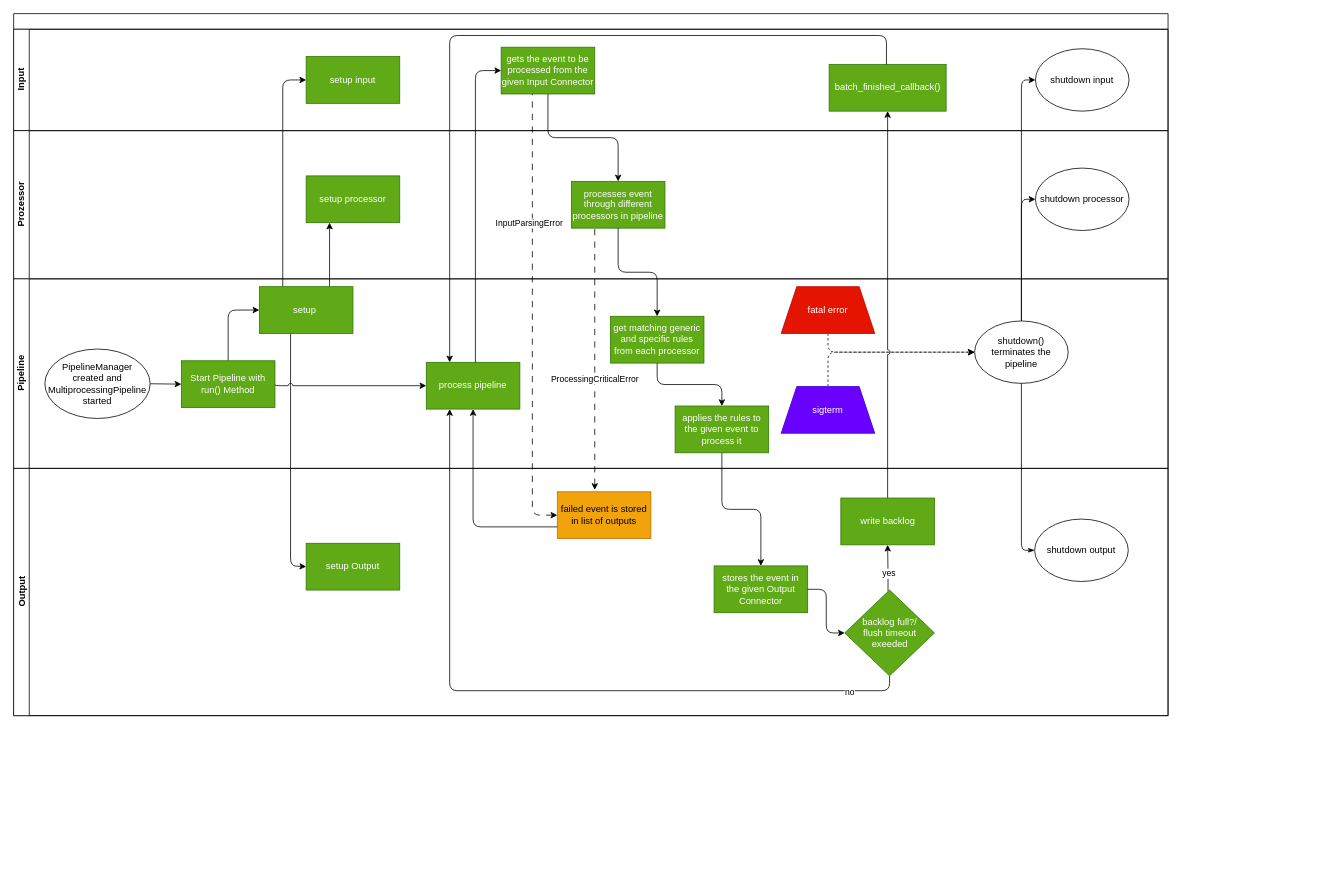
Earlier version of the draw.io diagram doc/source/development/architecture/diagramms/pipeline.drawio (fkie-cad/Logprep). Source tidied: cells renumbered, new cells numbered last; positions are measured from the earlier drawing's top-left corner, leaving out a move shared by most shapes. Both pictures are drawn from the tidied source at 78%, with x=0, y=0 at pixel (13, 13).
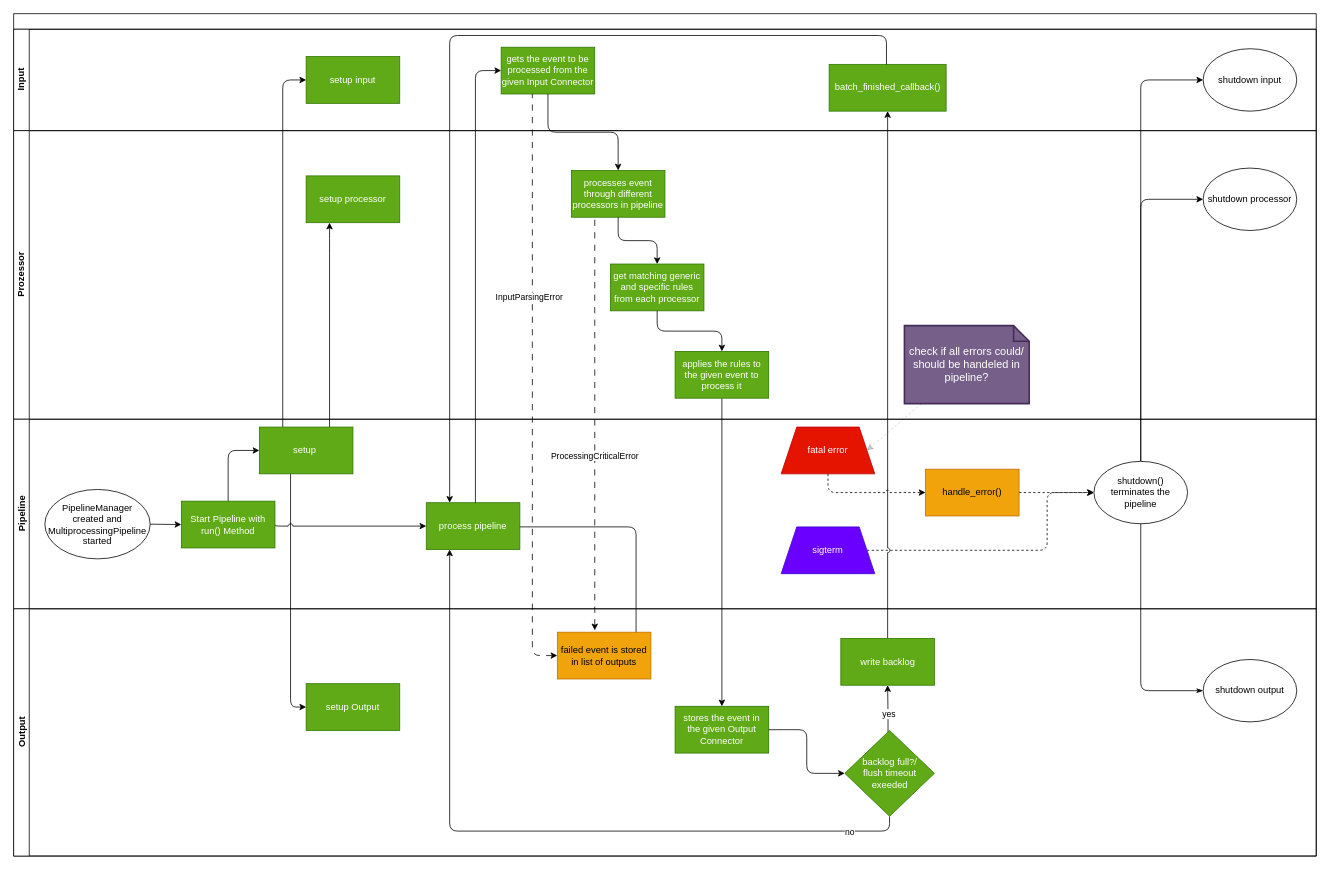
The same diagram, later.

The change refers to these unchanged cells:
```xml
<mxCell id="8" value="gets the event to be processed from the given Input Connector" style="whiteSpace=wrap;html=1;fillColor=#60a917;fontColor=#ffffff;strokeColor=#2D7600;" parent="4" vertex="1">
  <mxGeometry x="625" y="23" width="120" height="60" as="geometry" />
</mxCell>
<mxCell id="31" value="setup&amp;nbsp;" style="whiteSpace=wrap;html=1;fillColor=#60a917;strokeColor=#2D7600;fontColor=#ffffff;rounded=0;" parent="25" vertex="1">
  <mxGeometry x="315" y="10" width="120" height="60" as="geometry" />
</mxCell>
<mxCell id="32" value="process pipeline" style="whiteSpace=wrap;html=1;fillColor=#60a917;strokeColor=#2D7600;fontColor=#ffffff;rounded=0;" parent="25" vertex="1">
  <mxGeometry x="529" y="107" width="120" height="60" as="geometry" />
</mxCell>
<mxCell id="33" value="fatal error" style="shape=trapezoid;perimeter=trapezoidPerimeter;whiteSpace=wrap;html=1;fixedSize=1;fillColor=#e51400;fontColor=#ffffff;strokeColor=#B20000;" parent="25" vertex="1">
  <mxGeometry x="984" y="10" width="120" height="60" as="geometry" />
</mxCell>
<mxCell id="37" value="sigterm" style="shape=trapezoid;perimeter=trapezoidPerimeter;whiteSpace=wrap;html=1;fixedSize=1;fillColor=#6a00ff;strokeColor=#3700CC;fontColor=#ffffff;" parent="25" vertex="1">
  <mxGeometry x="984" y="138" width="120" height="60" as="geometry" />
</mxCell>
<mxCell id="40" value="failed event is stored in list of outputs" style="whiteSpace=wrap;html=1;fillColor=#f0a30a;strokeColor=#BD7000;fontColor=#000000;" parent="38" vertex="1">
  <mxGeometry x="697" y="30" width="120" height="60" as="geometry" />
</mxCell>
<mxCell id="43" value="setup Output" style="whiteSpace=wrap;html=1;fillColor=#60a917;strokeColor=#2D7600;fontColor=#ffffff;rounded=0;" parent="38" vertex="1">
  <mxGeometry x="375" y="96" width="120" height="60" as="geometry" />
</mxCell>
<mxCell id="46" value="backlog full?/&lt;br&gt;flush timeout exeeded" style="rhombus;whiteSpace=wrap;html=1;fillColor=#60a917;fontColor=#ffffff;strokeColor=#2D7600;" parent="38" vertex="1">
  <mxGeometry x="1065.5" y="156" width="115" height="110" as="geometry" />
</mxCell>
```

Change to the diagram source:
```diff
@@
     <mxCell id="2" value="&lt;br&gt;" style="swimlane;horizontal=1;startSize=20;html=1;" parent="1" vertex="1">
-      <mxGeometry width="1480" height="900" as="geometry" />
+      <mxGeometry width="1670" height="1080" as="geometry" />
     </mxCell>
-    <mxCell id="3" style="edgeStyle=orthogonalEdgeStyle;jumpStyle=arc;html=1;dashed=1;entryX=0;entryY=0.5;entryDx=0;entryDy=0;exitX=0.5;exitY=0;exitDx=0;exitDy=0;" parent="2" edge="1" source="37" target="39">
-      <mxGeometry relative="1" as="geometry" />
+    <mxCell id="3" style="edgeStyle=orthogonalEdgeStyle;jumpStyle=arc;html=1;dashed=1;entryX=0;entryY=0.5;entryDx=0;entryDy=0;exitX=1;exitY=0.5;exitDx=0;exitDy=0;" parent="2" edge="1" source="37" target="39">
+      <mxGeometry relative="1" as="geometry">
+        <Array as="points">
+          <mxPoint x="1325" y="688" />
+          <mxPoint x="1325" y="614" />
+        </Array>
+      </mxGeometry>
     </mxCell>
     <mxCell id="4" value="Input" style="swimlane;startSize=20;horizontal=0;html=1;" parent="2" vertex="1">
-      <mxGeometry y="20" width="1480" height="130" as="geometry" />
+      <mxGeometry y="20" width="1670" height="130" as="geometry" />
     </mxCell>
     <mxCell id="5" value="shutdown input" style="ellipse;whiteSpace=wrap;html=1;" parent="4" vertex="1">
-      <mxGeometry x="1310" y="25" width="120" height="80" as="geometry" />
+      <mxGeometry x="1525" y="25" width="120" height="80" as="geometry" />
     </mxCell>
@@
     <mxCell id="9" value="Prozessor" style="swimlane;startSize=20;horizontal=0;html=1;" parent="2" vertex="1">
-      <mxGeometry y="150" width="1480" height="190" as="geometry" />
+      <mxGeometry y="150" width="1670" height="370" as="geometry" />
     </mxCell>
     <mxCell id="10" value="shutdown processor" style="ellipse;whiteSpace=wrap;html=1;" parent="9" vertex="1">
-      <mxGeometry x="1310" y="48" width="120" height="80" as="geometry" />
+      <mxGeometry x="1525" y="48" width="120" height="80" as="geometry" />
     </mxCell>
@@
     <mxCell id="12" value="processes event through different processors in pipeline" style="whiteSpace=wrap;html=1;fillColor=#60a917;fontColor=#ffffff;strokeColor=#2D7600;" parent="9" vertex="1">
-      <mxGeometry x="715" y="65" width="120" height="60" as="geometry" />
+      <mxGeometry x="715" y="51" width="120" height="60" as="geometry" />
     </mxCell>
+    <mxCell id="34" value="get matching generic and specific rules from each processor" style="whiteSpace=wrap;html=1;fillColor=#60a917;fontColor=#ffffff;strokeColor=#2D7600;" parent="9" vertex="1">
+      <mxGeometry x="765" y="171" width="120" height="60" as="geometry" />
+    </mxCell>
+    <mxCell id="54" style="edgeStyle=orthogonalEdgeStyle;html=1;entryX=0.5;entryY=0;entryDx=0;entryDy=0;" parent="9" edge="1" source="12" target="34">
+      <mxGeometry relative="1" as="geometry" />
+    </mxCell>
+    <mxCell id="57" value="check if all errors could/ should be handeled in pipeline?" style="shape=note;strokeWidth=2;fontSize=14;size=20;whiteSpace=wrap;html=1;fillColor=#76608a;strokeColor=#432D57;fontColor=#ffffff;" parent="9" vertex="1">
+      <mxGeometry x="1142" y="250" width="160" height="100" as="geometry" />
+    </mxCell>
@@
     <mxCell id="15" style="edgeStyle=orthogonalEdgeStyle;html=1;startArrow=none;startFill=0;endArrow=classic;endFill=1;entryX=0;entryY=0.5;entryDx=0;entryDy=0;" parent="2" edge="1" source="39" target="10">
-      <mxGeometry relative="1" as="geometry" />
+      <mxGeometry relative="1" as="geometry">
+        <Array as="points">
+          <mxPoint x="1445" y="238" />
+        </Array>
+      </mxGeometry>
     </mxCell>
-    <mxCell id="16" style="edgeStyle=orthogonalEdgeStyle;html=1;startArrow=none;startFill=0;endArrow=classic;endFill=1;entryX=0;entryY=0.5;entryDx=0;entryDy=0;" parent="2" edge="1" target="5">
+    <mxCell id="16" style="edgeStyle=orthogonalEdgeStyle;html=1;startArrow=none;startFill=0;endArrow=classic;endFill=1;entryX=0;entryY=0.5;entryDx=0;entryDy=0;exitX=0.5;exitY=0;exitDx=0;exitDy=0;" parent="2" edge="1" source="39" target="5">
       <mxGeometry relative="1" as="geometry">
-        <mxPoint x="1292" y="398" as="sourcePoint" />
         <Array as="points">
-          <mxPoint x="1292" y="85" />
+          <mxPoint x="1445" y="85" />
         </Array>
       </mxGeometry>
     </mxCell>
-    <mxCell id="17" style="endArrow=classic;html=1;entryX=0;entryY=0.5;entryDx=0;entryDy=0;dashed=1;edgeStyle=orthogonalEdgeStyle;exitX=0.5;exitY=1;exitDx=0;exitDy=0;jumpStyle=arc;" parent="2" edge="1" source="33" target="39">
-      <mxGeometry relative="1" as="geometry">
-        <Array as="points">
-          <mxPoint x="1044" y="434" />
-        </Array>
-      </mxGeometry>
-    </mxCell>
@@
     <mxCell id="19" style="edgeStyle=orthogonalEdgeStyle;html=1;jumpStyle=arc;entryX=0;entryY=0.5;entryDx=0;entryDy=0;" parent="2" edge="1" source="31" target="43">
       <mxGeometry relative="1" as="geometry">
         <Array as="points">
-          <mxPoint x="355" y="708" />
-          <mxPoint x="375" y="708" />
+          <mxPoint x="355" y="889" />
         </Array>
       </mxGeometry>
     </mxCell>
     <mxCell id="20" style="edgeStyle=orthogonalEdgeStyle;html=1;exitX=0.5;exitY=1;exitDx=0;exitDy=0;entryX=0.25;entryY=1;entryDx=0;entryDy=0;" parent="2" edge="1" source="46" target="32">
       <mxGeometry relative="1" as="geometry">
         <Array as="points">
-          <mxPoint x="1123" y="868" />
-          <mxPoint x="559" y="868" />
+          <mxPoint x="1123" y="1048" />
+          <mxPoint x="559" y="1048" />
         </Array>
       </mxGeometry>
     </mxCell>
@@
     <mxCell id="25" value="Pipeline" style="swimlane;startSize=20;horizontal=0;html=1;" parent="2" vertex="1">
-      <mxGeometry y="340" width="1480" height="243" as="geometry" />
+      <mxGeometry y="520" width="1670" height="243" as="geometry" />
     </mxCell>
@@
-    <mxCell id="34" value="get matching generic and specific rules from each processor" style="whiteSpace=wrap;html=1;fillColor=#60a917;fontColor=#ffffff;strokeColor=#2D7600;" parent="25" vertex="1">
-      <mxGeometry x="765" y="48" width="120" height="60" as="geometry" />
-    </mxCell>
     <mxCell id="35" value="applies the rules to the given event to process it" style="whiteSpace=wrap;html=1;fillColor=#60a917;fontColor=#ffffff;strokeColor=#2D7600;" parent="25" vertex="1">
-      <mxGeometry x="848" y="163" width="120" height="60" as="geometry" />
+      <mxGeometry x="848" y="-87" width="120" height="60" as="geometry" />
     </mxCell>
-    <mxCell id="36" style="edgeStyle=orthogonalEdgeStyle;html=1;" parent="25" edge="1" source="34" target="35">
-      <mxGeometry relative="1" as="geometry" />
-    </mxCell>
@@
+    <mxCell id="58" value="handle_error()" style="rounded=0;whiteSpace=wrap;html=1;fillColor=#f0a30a;fontColor=#000000;strokeColor=#BD7000;" parent="25" vertex="1">
+      <mxGeometry x="1169" y="64" width="120" height="60" as="geometry" />
+    </mxCell>
+    <mxCell id="17" style="endArrow=classic;html=1;dashed=1;edgeStyle=orthogonalEdgeStyle;exitX=0.5;exitY=1;exitDx=0;exitDy=0;jumpStyle=arc;" parent="25" edge="1" source="33" target="58">
+      <mxGeometry relative="1" as="geometry">
+        <Array as="points">
+          <mxPoint x="1044" y="94" />
+        </Array>
+      </mxGeometry>
+    </mxCell>
     <mxCell id="38" value="Output" style="swimlane;startSize=20;horizontal=0;html=1;" parent="2" vertex="1">
-      <mxGeometry y="583" width="1480" height="317" as="geometry" />
+      <mxGeometry y="763" width="1670" height="317" as="geometry" />
     </mxCell>
     <mxCell id="39" value="shutdown() terminates the pipeline" style="ellipse;whiteSpace=wrap;html=1;rounded=1;shadow=0;glass=0;sketch=0;" parent="38" vertex="1">
-      <mxGeometry x="1232" y="-189" width="120" height="80" as="geometry" />
+      <mxGeometry x="1385" y="-189" width="120" height="80" as="geometry" />
     </mxCell>
@@
     <mxCell id="41" value="shutdown output" style="ellipse;whiteSpace=wrap;html=1;" parent="38" vertex="1">
-      <mxGeometry x="1309" y="65" width="120" height="80" as="geometry" />
+      <mxGeometry x="1525" y="65" width="120" height="80" as="geometry" />
     </mxCell>
@@
     <mxCell id="48" value="stores the event in the given Output Connector" style="whiteSpace=wrap;html=1;fillColor=#60a917;fontColor=#ffffff;strokeColor=#2D7600;" parent="38" vertex="1">
-      <mxGeometry x="898" y="125" width="120" height="60" as="geometry" />
+      <mxGeometry x="848" y="125" width="120" height="60" as="geometry" />
     </mxCell>
@@
     <mxCell id="51" style="edgeStyle=orthogonalEdgeStyle;html=1;startArrow=classic;startFill=1;endArrow=none;endFill=0;exitX=0;exitY=0.5;exitDx=0;exitDy=0;dashed=1;dashPattern=8 8;" parent="2" edge="1" source="40" target="8">
       <mxGeometry relative="1" as="geometry">
         <Array as="points">
-          <mxPoint x="665" y="643" />
+          <mxPoint x="665" y="823" />
         </Array>
       </mxGeometry>
     </mxCell>
@@
-    <mxCell id="54" style="edgeStyle=orthogonalEdgeStyle;html=1;entryX=0.5;entryY=0;entryDx=0;entryDy=0;" parent="2" edge="1" source="12" target="34">
-      <mxGeometry relative="1" as="geometry" />
-    </mxCell>
@@
+    <mxCell id="36" style="edgeStyle=orthogonalEdgeStyle;html=1;" parent="2" edge="1" source="34" target="35">
+      <mxGeometry relative="1" as="geometry" />
+    </mxCell>
+    <mxCell id="59" style="edgeStyle=none;html=1;entryX=1;entryY=0.5;entryDx=0;entryDy=0;dashed=1;opacity=20;" parent="2" edge="1" source="57" target="33">
+      <mxGeometry relative="1" as="geometry" />
+    </mxCell>
+    <mxCell id="60" style="edgeStyle=none;html=1;dashed=1;" parent="2" edge="1" source="58" target="39">
+      <mxGeometry relative="1" as="geometry" />
+    </mxCell>
```
